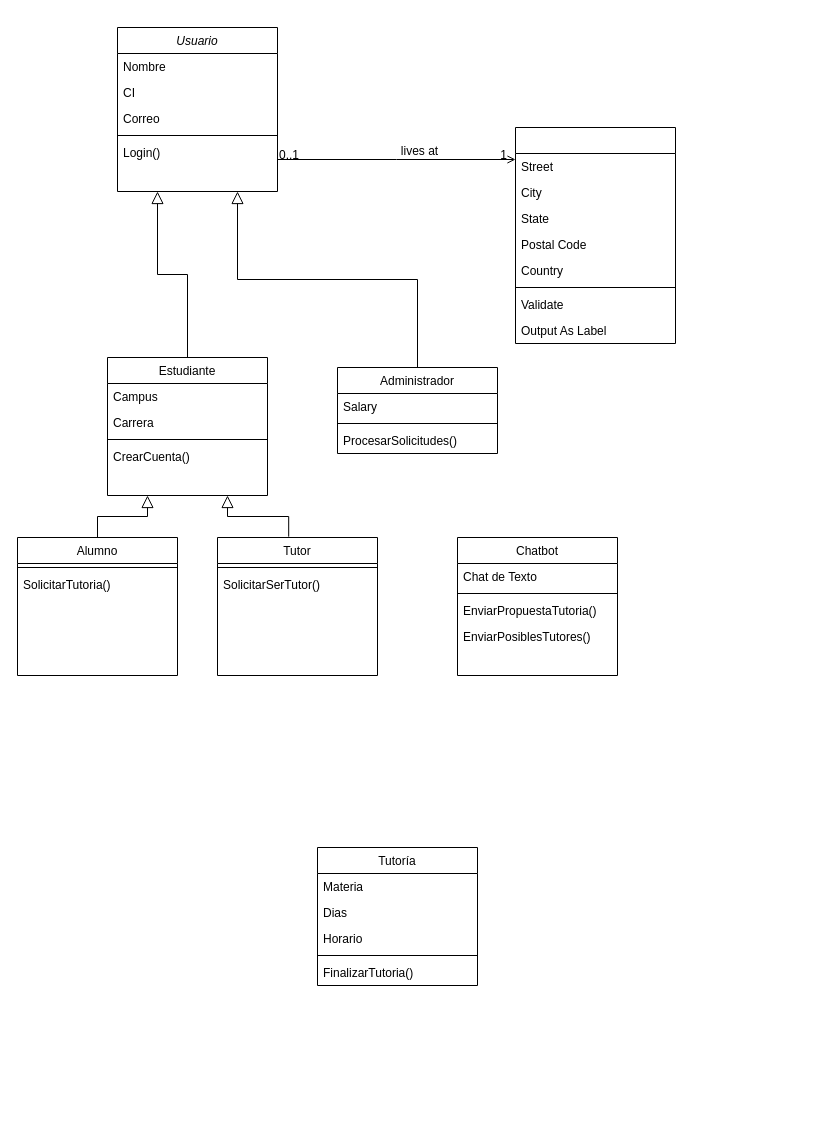
The draw.io diagram diagrama_de_clases_se1.drawio in LP3kmikristian/TP_ARCE_DOREGO, before the edit. Source tidied: cells renumbered, new cells numbered last; positions are measured from the earlier drawing's top-left corner, leaving out a move shared by most shapes. Both pictures are drawn from the tidied source at 100%, with x=0, y=0 at pixel (17, 27).
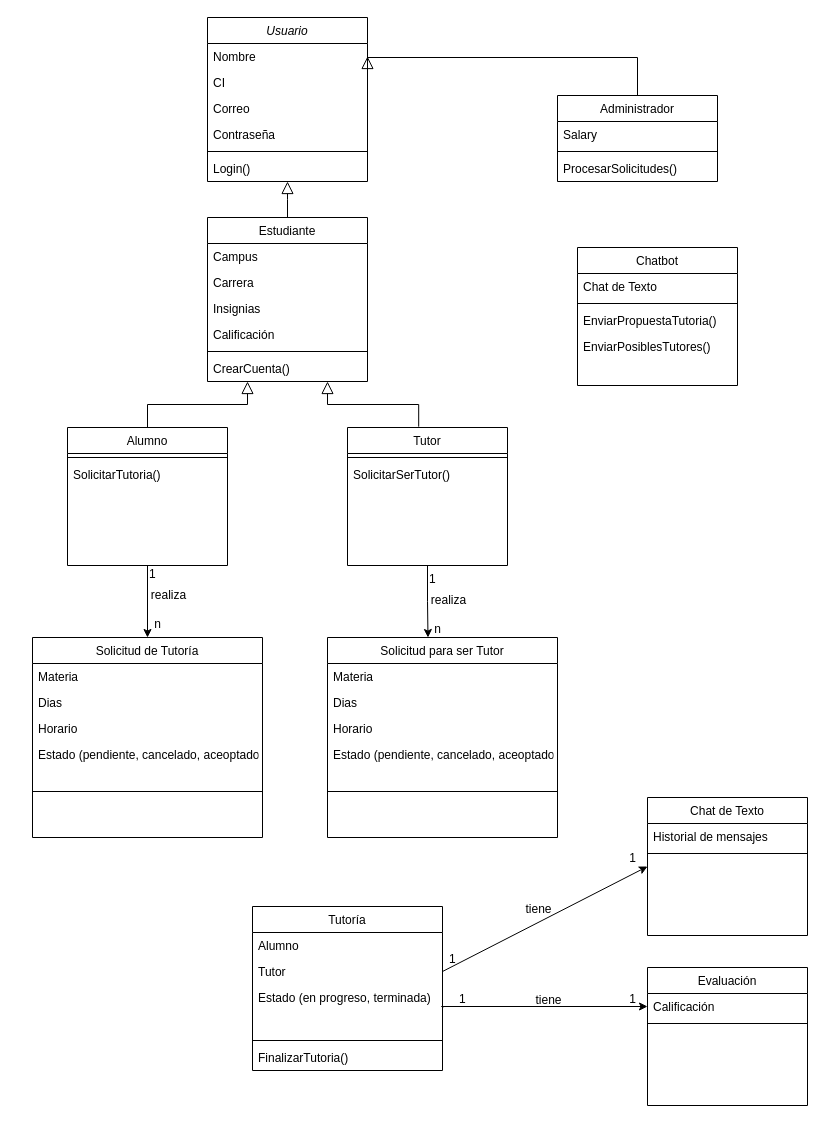
After the change.

Unchanged cells that the change refers to:
```xml
<mxCell id="3" value="Nombre" style="text;align=left;verticalAlign=top;spacingLeft=4;spacingRight=4;overflow=hidden;points=[[0,0.5],[1,0.5]];portConstraint=eastwest;" parent="2" vertex="1">
  <mxGeometry y="26" width="160" height="26" as="geometry" />
</mxCell>
```

The edit, as a diff of the source:
```diff
@@
     <mxCell id="2" value="Usuario" style="swimlane;fontStyle=2;align=center;verticalAlign=top;horizontal=1;startSize=26;rounded=0;shadow=0;strokeWidth=1;" parent="1" vertex="1">
-      <mxGeometry x="100" width="160" height="164" as="geometry" />
+      <mxGeometry x="190" y="-10" width="160" height="164" as="geometry" />
     </mxCell>
@@
+    <mxCell id="51" value="Contraseña" style="text;align=left;verticalAlign=top;spacingLeft=4;spacingRight=4;overflow=hidden;rounded=0;shadow=0;html=0;" parent="2" vertex="1">
+      <mxGeometry y="104" width="160" height="26" as="geometry" />
+    </mxCell>
     <mxCell id="6" style="line;html=1;strokeWidth=1;align=left;verticalAlign=middle;spacingTop=-1;spacingLeft=3;spacingRight=3;labelPosition=right;" parent="2" vertex="1">
-      <mxGeometry y="104" width="160" height="8" as="geometry" />
+      <mxGeometry y="130" width="160" height="8" as="geometry" />
     </mxCell>
     <mxCell id="7" value="Login()" style="text;align=left;verticalAlign=top;spacingLeft=4;spacingRight=4;overflow=hidden;points=[[0,0.5],[1,0.5]];portConstraint=eastwest;rounded=0;shadow=0;html=0;" parent="2" vertex="1">
-      <mxGeometry y="112" width="160" height="26" as="geometry" />
+      <mxGeometry y="138" width="160" height="26" as="geometry" />
     </mxCell>
     <mxCell id="8" value="Estudiante" style="swimlane;fontStyle=0;align=center;verticalAlign=top;horizontal=1;startSize=26;rounded=0;shadow=0;strokeWidth=1;" parent="1" vertex="1">
-      <mxGeometry x="90" y="330" width="160" height="138" as="geometry" />
+      <mxGeometry x="190" y="190" width="160" height="164" as="geometry" />
     </mxCell>
@@
+    <mxCell id="52" value="Insignias" style="text;align=left;verticalAlign=top;spacingLeft=4;spacingRight=4;overflow=hidden;rounded=0;shadow=0;html=0;" parent="8" vertex="1">
+      <mxGeometry y="78" width="160" height="26" as="geometry" />
+    </mxCell>
+    <mxCell id="53" value="Calificación" style="text;align=left;verticalAlign=top;spacingLeft=4;spacingRight=4;overflow=hidden;rounded=0;shadow=0;html=0;" parent="8" vertex="1">
+      <mxGeometry y="104" width="160" height="26" as="geometry" />
+    </mxCell>
     <mxCell id="11" style="line;html=1;strokeWidth=1;align=left;verticalAlign=middle;spacingTop=-1;spacingLeft=3;spacingRight=3;labelPosition=right;" parent="8" vertex="1">
-      <mxGeometry y="78" width="160" height="8" as="geometry" />
+      <mxGeometry y="130" width="160" height="8" as="geometry" />
     </mxCell>
     <mxCell id="12" value="CrearCuenta()" style="text;align=left;verticalAlign=top;spacingLeft=4;spacingRight=4;overflow=hidden;rounded=0;shadow=0;html=0;" parent="8" vertex="1">
-      <mxGeometry y="86" width="160" height="26" as="geometry" />
+      <mxGeometry y="138" width="160" height="26" as="geometry" />
     </mxCell>
-    <mxCell id="13" style="endArrow=block;endSize=10;endFill=0;shadow=0;strokeWidth=1;rounded=0;edgeStyle=elbowEdgeStyle;elbow=vertical;exitX=0.5;exitY=0;exitDx=0;exitDy=0;entryX=0.25;entryY=1;entryDx=0;entryDy=0;" parent="1" edge="1" source="8" target="2">
+    <mxCell id="13" style="endArrow=block;endSize=10;endFill=0;shadow=0;strokeWidth=1;rounded=0;edgeStyle=elbowEdgeStyle;elbow=vertical;exitX=0.5;exitY=0;exitDx=0;exitDy=0;" parent="1" edge="1" source="8" target="7">
       <mxGeometry relative="1" as="geometry" />
     </mxCell>
     <mxCell id="14" value="Administrador" style="swimlane;fontStyle=0;align=center;verticalAlign=top;horizontal=1;startSize=26;rounded=0;shadow=0;strokeWidth=1;" parent="1" vertex="1">
-      <mxGeometry x="320" y="340" width="160" height="86" as="geometry" />
+      <mxGeometry x="540" y="68" width="160" height="86" as="geometry" />
     </mxCell>
@@
-    <mxCell id="18" style="endArrow=block;endSize=10;endFill=0;shadow=0;strokeWidth=1;rounded=0;edgeStyle=elbowEdgeStyle;elbow=vertical;entryX=0.75;entryY=1;entryDx=0;entryDy=0;" parent="1" edge="1" source="14" target="2">
-      <mxGeometry relative="1" as="geometry" />
+    <mxCell id="18" style="endArrow=block;endSize=10;endFill=0;shadow=0;strokeWidth=1;rounded=0;edgeStyle=elbowEdgeStyle;elbow=vertical;entryX=1;entryY=0.5;entryDx=0;entryDy=0;" parent="1" edge="1" source="14" target="3">
+      <mxGeometry relative="1" as="geometry">
+        <Array as="points">
+          <mxPoint x="530" y="30" />
+        </Array>
+      </mxGeometry>
     </mxCell>
-    <mxCell id="19" style="swimlane;fontStyle=0;align=center;verticalAlign=top;horizontal=1;startSize=26;rounded=0;shadow=0;strokeWidth=1;" parent="1" vertex="1">
-      <mxGeometry x="498" y="100" width="160" height="216" as="geometry" />
-    </mxCell>
-    <mxCell id="20" value="Street" style="text;align=left;verticalAlign=top;spacingLeft=4;spacingRight=4;overflow=hidden;" parent="19" vertex="1">
-      <mxGeometry y="26" width="160" height="26" as="geometry" />
-    </mxCell>
-    <mxCell id="21" value="City" style="text;align=left;verticalAlign=top;spacingLeft=4;spacingRight=4;overflow=hidden;rounded=0;shadow=0;html=0;" parent="19" vertex="1">
-      <mxGeometry y="52" width="160" height="26" as="geometry" />
-    </mxCell>
-    <mxCell id="22" value="State" style="text;align=left;verticalAlign=top;spacingLeft=4;spacingRight=4;overflow=hidden;rounded=0;shadow=0;html=0;" parent="19" vertex="1">
-      <mxGeometry y="78" width="160" height="26" as="geometry" />
-    </mxCell>
-    <mxCell id="23" value="Postal Code" style="text;align=left;verticalAlign=top;spacingLeft=4;spacingRight=4;overflow=hidden;rounded=0;shadow=0;html=0;" parent="19" vertex="1">
-      <mxGeometry y="104" width="160" height="26" as="geometry" />
-    </mxCell>
-    <mxCell id="24" value="Country" style="text;align=left;verticalAlign=top;spacingLeft=4;spacingRight=4;overflow=hidden;rounded=0;shadow=0;html=0;" parent="19" vertex="1">
-      <mxGeometry y="130" width="160" height="26" as="geometry" />
-    </mxCell>
-    <mxCell id="25" style="line;html=1;strokeWidth=1;align=left;verticalAlign=middle;spacingTop=-1;spacingLeft=3;spacingRight=3;labelPosition=right;" parent="19" vertex="1">
-      <mxGeometry y="156" width="160" height="8" as="geometry" />
-    </mxCell>
-    <mxCell id="26" value="Validate" style="text;align=left;verticalAlign=top;spacingLeft=4;spacingRight=4;overflow=hidden;" parent="19" vertex="1">
-      <mxGeometry y="164" width="160" height="26" as="geometry" />
-    </mxCell>
-    <mxCell id="27" value="Output As Label" style="text;align=left;verticalAlign=top;spacingLeft=4;spacingRight=4;overflow=hidden;" parent="19" vertex="1">
-      <mxGeometry y="190" width="160" height="26" as="geometry" />
-    </mxCell>
-    <mxCell id="28" style="endArrow=open;shadow=0;strokeWidth=1;rounded=0;endFill=1;edgeStyle=elbowEdgeStyle;elbow=vertical;" parent="1" edge="1" source="2" target="19">
-      <mxGeometry x="0.5" y="41" relative="1" as="geometry">
-        <mxPoint x="-40" y="32" as="offset" />
-      </mxGeometry>
-    </mxCell>
-    <mxCell id="29" value="0..1" style="align=left;verticalAlign=bottom;labelBackgroundColor=none;fontSize=12;" parent="28" vertex="1">
-      <mxGeometry x="-1" relative="1" as="geometry">
-        <mxPoint y="4" as="offset" />
-      </mxGeometry>
-    </mxCell>
-    <mxCell id="30" value="1" style="align=right;verticalAlign=bottom;labelBackgroundColor=none;fontSize=12;" parent="28" vertex="1">
-      <mxGeometry x="1" relative="1" as="geometry">
-        <mxPoint x="-7" y="4" as="offset" />
-      </mxGeometry>
-    </mxCell>
-    <mxCell id="31" value="lives at" style="text;html=1;align=center;verticalAlign=middle;labelBackgroundColor=none;rounded=0;shadow=0;strokeWidth=1;fontSize=12;" parent="28" vertex="1">
-      <mxGeometry x="0.5" y="49" relative="1" as="geometry">
-        <mxPoint x="-38" y="40" as="offset" />
-      </mxGeometry>
-    </mxCell>
+    <mxCell id="54" style="edgeStyle=orthogonalEdgeStyle;rounded=0;jettySize=auto;html=1;exitX=0.5;exitY=1;exitDx=0;exitDy=0;" parent="1" edge="1" source="32" target="62">
+      <mxGeometry relative="1" as="geometry" />
+    </mxCell>
     <mxCell id="32" value="Alumno" style="swimlane;fontStyle=0;align=center;verticalAlign=top;horizontal=1;startSize=26;rounded=0;shadow=0;strokeWidth=1;" parent="1" vertex="1">
-      <mxGeometry y="510" width="160" height="138" as="geometry" />
+      <mxGeometry x="50" y="400" width="160" height="138" as="geometry" />
     </mxCell>
@@
     <mxCell id="35" value="Tutor" style="swimlane;fontStyle=0;align=center;verticalAlign=top;horizontal=1;startSize=26;rounded=0;shadow=0;strokeWidth=1;" parent="1" vertex="1">
-      <mxGeometry x="200" y="510" width="160" height="138" as="geometry" />
+      <mxGeometry x="330" y="400" width="160" height="138" as="geometry" />
     </mxCell>
@@
     <mxCell id="38" value="Tutoría" style="swimlane;fontStyle=0;align=center;verticalAlign=top;horizontal=1;startSize=26;rounded=0;shadow=0;strokeWidth=1;" parent="1" vertex="1">
-      <mxGeometry x="300" y="820" width="160" height="138" as="geometry" />
+      <mxGeometry x="235" y="879" width="190" height="164" as="geometry" />
     </mxCell>
-    <mxCell id="39" value="Materia" style="text;align=left;verticalAlign=top;spacingLeft=4;spacingRight=4;overflow=hidden;" parent="38" vertex="1">
-      <mxGeometry y="26" width="160" height="26" as="geometry" />
+    <mxCell id="39" value="Alumno" style="text;align=left;verticalAlign=top;spacingLeft=4;spacingRight=4;overflow=hidden;" parent="38" vertex="1">
+      <mxGeometry y="26" width="190" height="26" as="geometry" />
     </mxCell>
-    <mxCell id="40" value="Dias" style="text;align=left;verticalAlign=top;spacingLeft=4;spacingRight=4;overflow=hidden;points=[[0,0.5],[1,0.5]];portConstraint=eastwest;" parent="38" vertex="1">
-      <mxGeometry y="52" width="160" height="26" as="geometry" />
+    <mxCell id="40" value="Tutor" style="text;align=left;verticalAlign=top;spacingLeft=4;spacingRight=4;overflow=hidden;points=[[0,0.5],[1,0.5]];portConstraint=eastwest;" parent="38" vertex="1">
+      <mxGeometry y="52" width="190" height="26" as="geometry" />
     </mxCell>
-    <mxCell id="41" value="Horario" style="text;align=left;verticalAlign=top;spacingLeft=4;spacingRight=4;overflow=hidden;points=[[0,0.5],[1,0.5]];portConstraint=eastwest;" parent="38" vertex="1">
-      <mxGeometry y="78" width="160" height="26" as="geometry" />
+    <mxCell id="41" value="Estado (en progreso, terminada)" style="text;align=left;verticalAlign=top;spacingLeft=4;spacingRight=4;overflow=hidden;points=[[0,0.5],[1,0.5]];portConstraint=eastwest;" parent="38" vertex="1">
+      <mxGeometry y="78" width="190" height="52" as="geometry" />
     </mxCell>
     <mxCell id="42" style="line;html=1;strokeWidth=1;align=left;verticalAlign=middle;spacingTop=-1;spacingLeft=3;spacingRight=3;labelPosition=right;" parent="38" vertex="1">
-      <mxGeometry y="104" width="160" height="8" as="geometry" />
+      <mxGeometry y="130" width="190" height="8" as="geometry" />
     </mxCell>
     <mxCell id="43" value="FinalizarTutoria()" style="text;align=left;verticalAlign=top;spacingLeft=4;spacingRight=4;overflow=hidden;" parent="38" vertex="1">
-      <mxGeometry y="112" width="160" height="26" as="geometry" />
+      <mxGeometry y="138" width="190" height="26" as="geometry" />
     </mxCell>
@@
     <mxCell id="46" value="Chatbot" style="swimlane;fontStyle=0;align=center;verticalAlign=top;horizontal=1;startSize=26;rounded=0;shadow=0;strokeWidth=1;" parent="1" vertex="1">
-      <mxGeometry x="440" y="510" width="160" height="138" as="geometry" />
+      <mxGeometry x="560" y="220" width="160" height="138" as="geometry" />
     </mxCell>
@@
+    <mxCell id="55" value="Chat de Texto" style="swimlane;fontStyle=0;align=center;verticalAlign=top;horizontal=1;startSize=26;rounded=0;shadow=0;strokeWidth=1;" parent="1" vertex="1">
+      <mxGeometry x="630" y="770" width="160" height="138" as="geometry" />
+    </mxCell>
+    <mxCell id="56" value="Historial de mensajes" style="text;align=left;verticalAlign=top;spacingLeft=4;spacingRight=4;overflow=hidden;" parent="55" vertex="1">
+      <mxGeometry y="26" width="160" height="26" as="geometry" />
+    </mxCell>
+    <mxCell id="57" style="line;html=1;strokeWidth=1;align=left;verticalAlign=middle;spacingTop=-1;spacingLeft=3;spacingRight=3;labelPosition=right;" parent="55" vertex="1">
+      <mxGeometry y="52" width="160" height="8" as="geometry" />
+    </mxCell>
+    <mxCell id="58" style="endArrow=classic;html=1;rounded=0;exitX=1;exitY=0.5;exitDx=0;exitDy=0;entryX=0;entryY=0.5;entryDx=0;entryDy=0;" parent="1" edge="1" source="40" target="55">
+      <mxGeometry relative="1" as="geometry" />
+    </mxCell>
+    <mxCell id="59" value="1" style="align=left;verticalAlign=bottom;labelBackgroundColor=none;fontSize=12;" parent="1" vertex="1">
+      <mxGeometry x="440" y="980" as="geometry" />
+    </mxCell>
+    <mxCell id="60" value="1" style="align=right;verticalAlign=bottom;labelBackgroundColor=none;fontSize=12;" parent="1" vertex="1">
+      <mxGeometry x="620" y="980" as="geometry" />
+    </mxCell>
+    <mxCell id="61" value="tiene" style="text;html=1;align=center;verticalAlign=middle;labelBackgroundColor=none;rounded=0;shadow=0;strokeWidth=1;fontSize=12;" parent="1" vertex="1">
+      <mxGeometry x="530" y="930" as="geometry">
+        <mxPoint y="42" as="offset" />
+      </mxGeometry>
+    </mxCell>
+    <mxCell id="62" value="Solicitud de Tutoría" style="swimlane;fontStyle=0;align=center;verticalAlign=top;horizontal=1;startSize=26;rounded=0;shadow=0;strokeWidth=1;" parent="1" vertex="1">
+      <mxGeometry x="15" y="610" width="230" height="200" as="geometry" />
+    </mxCell>
+    <mxCell id="63" value="Materia" style="text;align=left;verticalAlign=top;spacingLeft=4;spacingRight=4;overflow=hidden;" parent="62" vertex="1">
+      <mxGeometry y="26" width="230" height="26" as="geometry" />
+    </mxCell>
+    <mxCell id="64" value="Dias" style="text;align=left;verticalAlign=top;spacingLeft=4;spacingRight=4;overflow=hidden;" parent="62" vertex="1">
+      <mxGeometry y="52" width="230" height="26" as="geometry" />
+    </mxCell>
+    <mxCell id="65" value="Horario" style="text;align=left;verticalAlign=top;spacingLeft=4;spacingRight=4;overflow=hidden;" parent="62" vertex="1">
+      <mxGeometry y="78" width="230" height="26" as="geometry" />
+    </mxCell>
+    <mxCell id="66" value="Estado (pendiente, cancelado, aceoptado)" style="text;align=left;verticalAlign=top;spacingLeft=4;spacingRight=4;overflow=hidden;" parent="62" vertex="1">
+      <mxGeometry y="104" width="230" height="46" as="geometry" />
+    </mxCell>
+    <mxCell id="67" style="line;html=1;strokeWidth=1;align=left;verticalAlign=middle;spacingTop=-1;spacingLeft=3;spacingRight=3;labelPosition=right;" parent="62" vertex="1">
+      <mxGeometry y="150" width="230" height="8" as="geometry" />
+    </mxCell>
+    <mxCell id="68" value="Solicitud para ser Tutor" style="swimlane;fontStyle=0;align=center;verticalAlign=top;horizontal=1;startSize=26;rounded=0;shadow=0;strokeWidth=1;" parent="1" vertex="1">
+      <mxGeometry x="310" y="610" width="230" height="200" as="geometry" />
+    </mxCell>
+    <mxCell id="69" value="Materia" style="text;align=left;verticalAlign=top;spacingLeft=4;spacingRight=4;overflow=hidden;" parent="68" vertex="1">
+      <mxGeometry y="26" width="230" height="26" as="geometry" />
+    </mxCell>
+    <mxCell id="70" value="Dias" style="text;align=left;verticalAlign=top;spacingLeft=4;spacingRight=4;overflow=hidden;" parent="68" vertex="1">
+      <mxGeometry y="52" width="230" height="26" as="geometry" />
+    </mxCell>
+    <mxCell id="71" value="Horario" style="text;align=left;verticalAlign=top;spacingLeft=4;spacingRight=4;overflow=hidden;" parent="68" vertex="1">
+      <mxGeometry y="78" width="230" height="26" as="geometry" />
+    </mxCell>
+    <mxCell id="72" value="Estado (pendiente, cancelado, aceoptado)" style="text;align=left;verticalAlign=top;spacingLeft=4;spacingRight=4;overflow=hidden;" parent="68" vertex="1">
+      <mxGeometry y="104" width="230" height="46" as="geometry" />
+    </mxCell>
+    <mxCell id="73" style="line;html=1;strokeWidth=1;align=left;verticalAlign=middle;spacingTop=-1;spacingLeft=3;spacingRight=3;labelPosition=right;" parent="68" vertex="1">
+      <mxGeometry y="150" width="230" height="8" as="geometry" />
+    </mxCell>
+    <mxCell id="74" style="edgeStyle=orthogonalEdgeStyle;rounded=0;jettySize=auto;html=1;exitX=0.5;exitY=1;exitDx=0;exitDy=0;entryX=0.437;entryY=0;entryDx=0;entryDy=0;entryPerimeter=0;" parent="1" edge="1" source="35" target="68">
+      <mxGeometry relative="1" as="geometry" />
+    </mxCell>
+    <mxCell id="75" value="Evaluación" style="swimlane;fontStyle=0;align=center;verticalAlign=top;horizontal=1;startSize=26;rounded=0;shadow=0;strokeWidth=1;" parent="1" vertex="1">
+      <mxGeometry x="630" y="940" width="160" height="138" as="geometry" />
+    </mxCell>
+    <mxCell id="76" value="Calificación" style="text;align=left;verticalAlign=top;spacingLeft=4;spacingRight=4;overflow=hidden;points=[[0,0.5],[1,0.5]];portConstraint=eastwest;" parent="75" vertex="1">
+      <mxGeometry y="26" width="160" height="26" as="geometry" />
+    </mxCell>
+    <mxCell id="77" style="line;html=1;strokeWidth=1;align=left;verticalAlign=middle;spacingTop=-1;spacingLeft=3;spacingRight=3;labelPosition=right;" parent="75" vertex="1">
+      <mxGeometry y="52" width="160" height="8" as="geometry" />
+    </mxCell>
+    <mxCell id="78" value="1" style="align=left;verticalAlign=bottom;labelBackgroundColor=none;fontSize=12;" parent="1" vertex="1">
+      <mxGeometry x="430" y="940" as="geometry" />
+    </mxCell>
+    <mxCell id="79" value="tiene" style="text;html=1;align=center;verticalAlign=middle;labelBackgroundColor=none;rounded=0;shadow=0;strokeWidth=1;fontSize=12;" parent="1" vertex="1">
+      <mxGeometry x="520" y="839" as="geometry">
+        <mxPoint y="42" as="offset" />
+      </mxGeometry>
+    </mxCell>
+    <mxCell id="80" value="1" style="align=right;verticalAlign=bottom;labelBackgroundColor=none;fontSize=12;" parent="1" vertex="1">
+      <mxGeometry x="620" y="839" as="geometry" />
+    </mxCell>
+    <mxCell id="81" value="1" style="align=left;verticalAlign=bottom;labelBackgroundColor=none;fontSize=12;" parent="1" vertex="1">
+      <mxGeometry x="410" y="560" as="geometry" />
+    </mxCell>
+    <mxCell id="82" value="realiza" style="text;html=1;align=center;verticalAlign=middle;labelBackgroundColor=none;rounded=0;shadow=0;strokeWidth=1;fontSize=12;" parent="1" vertex="1">
+      <mxGeometry x="430" y="530" as="geometry">
+        <mxPoint y="42" as="offset" />
+      </mxGeometry>
+    </mxCell>
+    <mxCell id="83" value="n" style="align=right;verticalAlign=bottom;labelBackgroundColor=none;fontSize=12;" parent="1" vertex="1">
+      <mxGeometry x="425" y="610" as="geometry" />
+    </mxCell>
+    <mxCell id="84" value="1" style="align=left;verticalAlign=bottom;labelBackgroundColor=none;fontSize=12;" parent="1" vertex="1">
+      <mxGeometry x="130" y="555" as="geometry" />
+    </mxCell>
+    <mxCell id="85" value="realiza" style="text;html=1;align=center;verticalAlign=middle;labelBackgroundColor=none;rounded=0;shadow=0;strokeWidth=1;fontSize=12;" parent="1" vertex="1">
+      <mxGeometry x="150" y="525" as="geometry">
+        <mxPoint y="42" as="offset" />
+      </mxGeometry>
+    </mxCell>
+    <mxCell id="86" value="n" style="align=right;verticalAlign=bottom;labelBackgroundColor=none;fontSize=12;" parent="1" vertex="1">
+      <mxGeometry x="145" y="605" as="geometry" />
+    </mxCell>
+    <mxCell id="87" style="edgeStyle=orthogonalEdgeStyle;rounded=0;jettySize=auto;html=1;exitX=1.004;exitY=0.438;exitDx=0;exitDy=0;entryX=0;entryY=0.5;entryDx=0;entryDy=0;exitPerimeter=0;" parent="1" edge="1" source="41" target="76">
+      <mxGeometry relative="1" as="geometry">
+        <Array as="points">
+          <mxPoint x="424" y="980" />
+          <mxPoint x="430" y="980" />
+        </Array>
+      </mxGeometry>
+    </mxCell>
```
